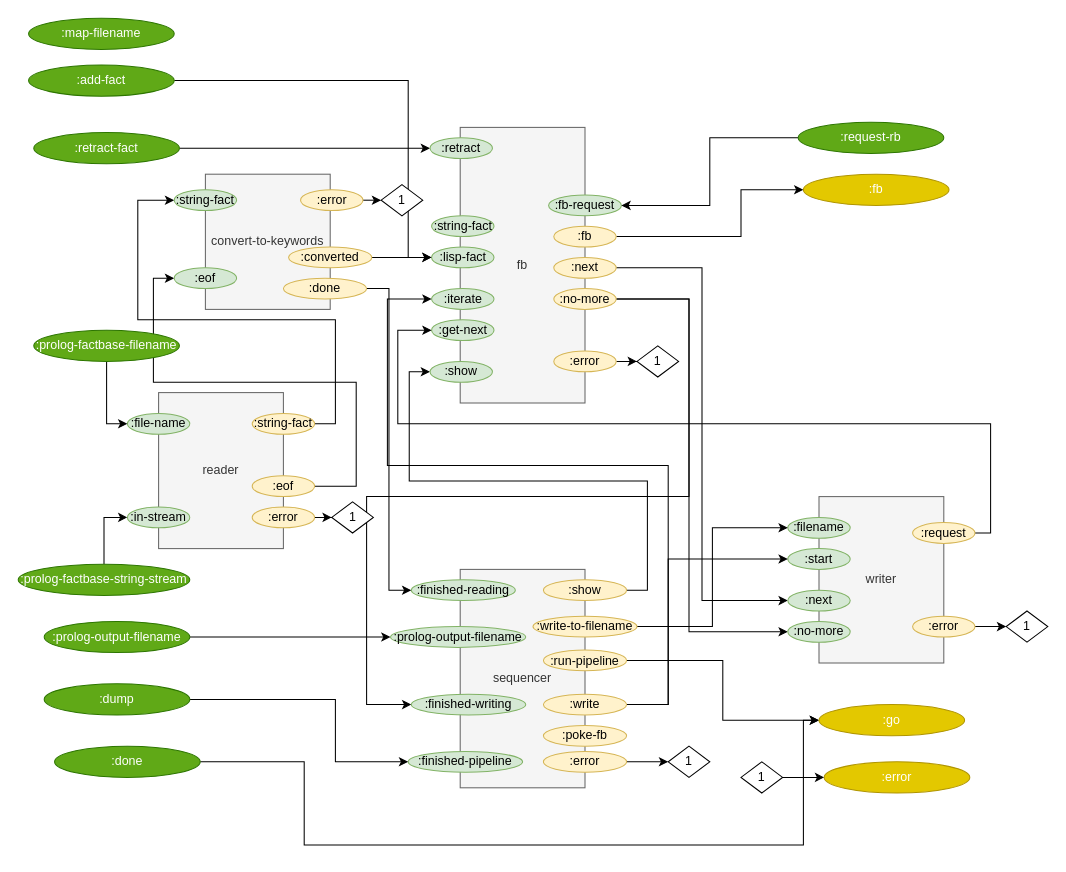
The draw.io diagram page "V3 Compiler test bed" (5 of 11) of svg/cl-compiler/doc/compiler-test-bed.drawio in bmfbp/bmfbp, before the edit. Source tidied: cells renumbered, new cells numbered last; positions are measured from the earlier drawing's top-left corner, leaving out a move shared by most shapes. Both pictures are drawn from the tidied source at 104%, with x=0, y=0 at pixel (18, 18).
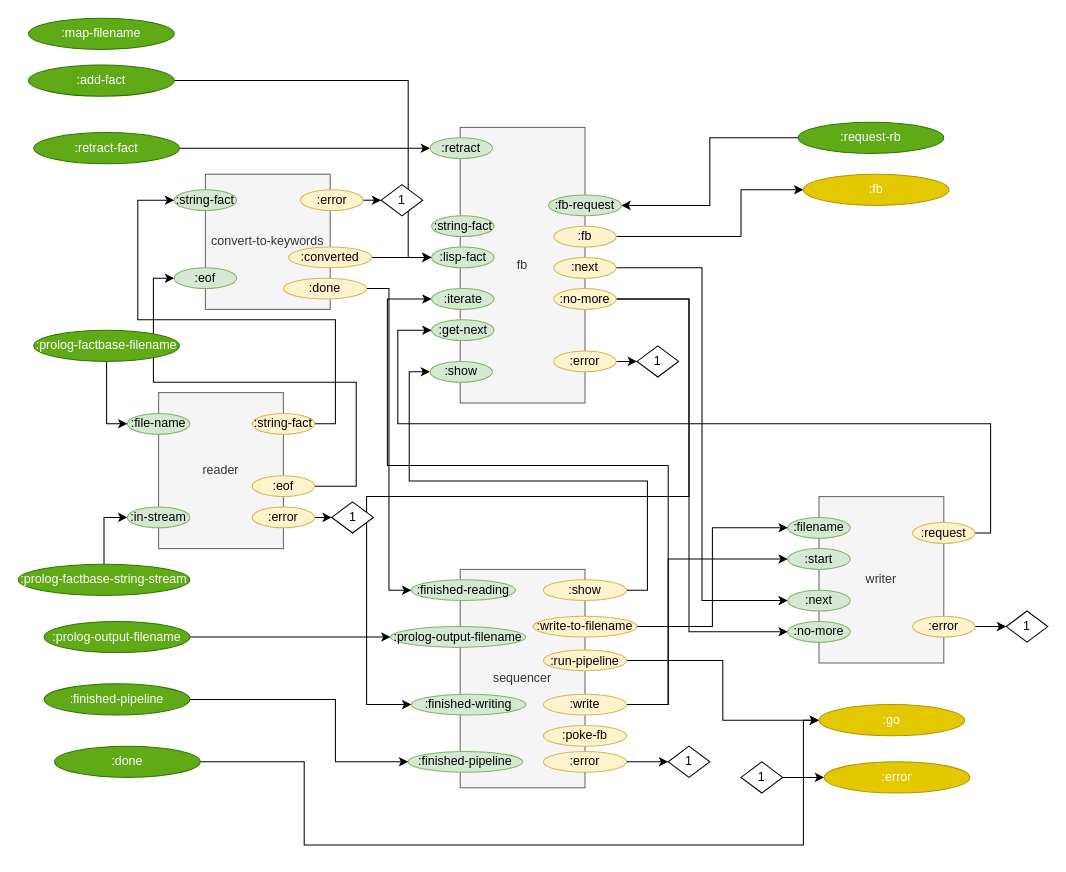
The same page after the edit.

Commit message (it also covers changes not shown here):
changed :dump -> :finished-pipeline

Change to the diagram source:
```diff
@@
-    <mxCell id="82" value=":dump" style="ellipse;whiteSpace=wrap;html=1;fillColor=#60a917;strokeColor=#2D7600;fontColor=#ffffff;" parent="1" vertex="1">
+    <mxCell id="82" value=":finished-pipeline" style="ellipse;whiteSpace=wrap;html=1;fillColor=#60a917;strokeColor=#2D7600;fontColor=#ffffff;" parent="1" vertex="1">
       <mxGeometry x="25" y="640" width="140" height="30" as="geometry" />
     </mxCell>
```
